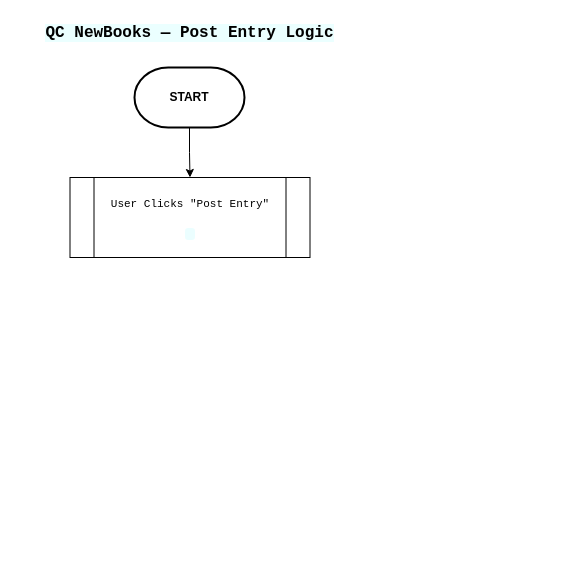
This is QC_NewBooks_Diagrams.drawio from Alishah-Khurshid/diagram-qc-new-books, a draw.io file, before an edit. Source tidied: cells renumbered, new cells numbered last; positions are measured from the earlier drawing's top-left corner, leaving out a move shared by most shapes. Both pictures are drawn from the tidied source at 100%, with x=0, y=0 at pixel (17, 17).
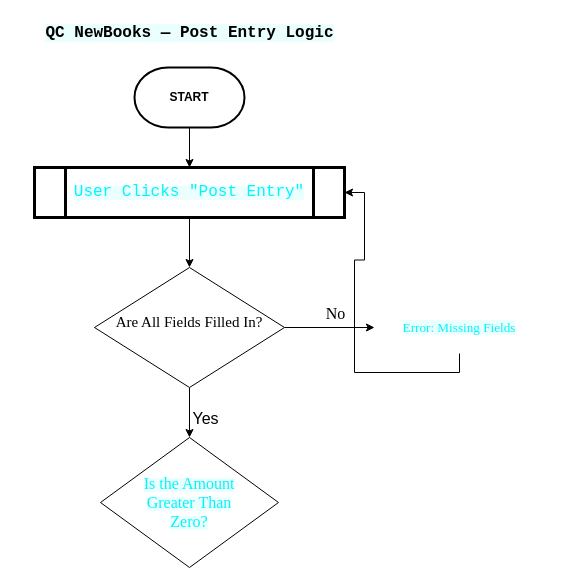
The same diagram, later.

Diff of the diagram source:
```diff
@@
 <mxGraphModel>
   <root>
     <mxCell id="0" />
     <mxCell id="1" parent="0" />
     <mxCell id="2" value="&lt;span style=&quot;font-family: &amp;quot;Share Tech Mono&amp;quot;, monospace; text-align: start; background-color: rgba(0, 245, 255, 0.08);&quot;&gt;&lt;b&gt;&lt;font style=&quot;color: light-dark(rgb(0, 0, 0), rgb(241, 156, 153));&quot;&gt;QC NewBooks — Post Entry Logic&lt;/font&gt;&lt;/b&gt;&lt;/span&gt;" style="text;html=1;whiteSpace=wrap;strokeColor=none;fillColor=none;align=center;verticalAlign=middle;rounded=0;fontColor=light-dark(#000000,#F19C99);fontSize=16;" parent="1" vertex="1">
       <mxGeometry width="345" height="30" as="geometry" />
     </mxCell>
     <mxCell id="3" style="edgeStyle=orthogonalEdgeStyle;rounded=0;jettySize=auto;html=1;entryX=0.5;entryY=0;entryDx=0;entryDy=0;" parent="1" edge="1" source="4" target="5">
       <mxGeometry relative="1" as="geometry" />
     </mxCell>
-    <mxCell id="4" value="&lt;b&gt;&lt;font style=&quot;color: light-dark(rgb(0, 0, 0), rgb(229, 204, 255));&quot;&gt;START&lt;/font&gt;&lt;/b&gt;" style="strokeWidth=2;html=1;shape=mxgraph.flowchart.terminator;whiteSpace=wrap;fillColor=light-dark(#FFFFFF,#B266FF);strokeColor=light-dark(#000000,#E5CCFF);" parent="1" vertex="1">
+    <mxCell id="4" value="&lt;b&gt;&lt;font style=&quot;color: light-dark(rgb(0, 0, 0), rgb(229, 204, 255));&quot;&gt;START&lt;/font&gt;&lt;/b&gt;" style="strokeWidth=2;html=1;shape=mxgraph.flowchart.terminator;whiteSpace=wrap;fillColor=light-dark(#FFFFFF,#B266FF);" parent="1" vertex="1">
       <mxGeometry x="117" y="50" width="110" height="60" as="geometry" />
     </mxCell>
+    <mxCell id="6" style="edgeStyle=orthogonalEdgeStyle;rounded=0;jettySize=auto;html=1;entryX=0.5;entryY=0;entryDx=0;entryDy=0;" parent="1" edge="1" source="5" target="11">
+      <mxGeometry relative="1" as="geometry" />
+    </mxCell>
-    <mxCell id="5" value="&lt;p style=&quot;box-sizing: border-box; margin: 0px 0px 0.7rem; padding: 0px; line-height: 1.6; max-width: 800px; font-family: Barlow, sans-serif;&quot;&gt;&lt;code style=&quot;background-image: initial; background-position: initial; background-size: initial; background-repeat: initial; background-attachment: initial; background-origin: initial; background-clip: initial; box-sizing: border-box; margin: 0px; padding: 0.05rem 0.3rem; font-family: &amp;quot;Share Tech Mono&amp;quot;, monospace; border-radius: 3px;&quot;&gt;&lt;font style=&quot;font-size: 11px; color: light-dark(rgb(0, 0, 0), rgb(166, 128, 184)); background-color: light-dark(#ffffff, var(--ge-dark-color, #121212));&quot;&gt;User Clicks &quot;Post Entry&quot;&lt;/font&gt;&lt;/code&gt;&lt;/p&gt;&lt;div&gt;&lt;code style=&quot;box-sizing: border-box; margin: 0px; padding: 0.05rem 0.3rem; font-family: &amp;quot;Share Tech Mono&amp;quot;, monospace; font-size: 0.85em; background: rgba(0, 245, 255, 0.08); border-radius: 3px; color: rgb(0, 245, 255);&quot;&gt;&lt;br&gt;&lt;/code&gt;&lt;/div&gt;" style="shape=process;whiteSpace=wrap;html=1;backgroundOutline=1;fillColor=light-dark(#FFFFFF,#99FFFF);strokeColor=light-dark(#000000,#808080);" parent="1" vertex="1">
-      <mxGeometry x="52.5" y="160" width="240" height="80" as="geometry" />
+    <mxCell id="5" value="&lt;span style=&quot;color: rgb(0, 245, 255); font-family: &amp;quot;Share Tech Mono&amp;quot;, monospace; text-align: start; background-color: light-dark(rgba(0, 245, 255, 0.08), rgb(255, 230, 204));&quot;&gt;&lt;font style=&quot;font-size: 16px;&quot;&gt;User Clicks &quot;Post Entry&quot;&lt;/font&gt;&lt;/span&gt;" style="shape=process;whiteSpace=wrap;html=1;backgroundOutline=1;fontColor=light-dark(#000000,#99FFFF);strokeColor=light-dark(#000000,#666666);fillColor=light-dark(#FFFFFF,#99FFFF);strokeWidth=3;" parent="1" vertex="1">
+      <mxGeometry x="17" y="150" width="310" height="50" as="geometry" />
     </mxCell>
+    <mxCell id="7" style="edgeStyle=orthogonalEdgeStyle;rounded=0;jettySize=auto;html=1;exitX=1;exitY=0.5;exitDx=0;exitDy=0;entryX=0;entryY=0.5;entryDx=0;entryDy=0;" parent="1" edge="1" source="11" target="13">
+      <mxGeometry relative="1" as="geometry" />
+    </mxCell>
+    <mxCell id="8" value="&lt;font style=&quot;color: light-dark(rgb(0, 0, 0), rgb(255, 255, 255)); background-color: light-dark(rgb(255, 255, 255), rgb(255, 153, 204));&quot;&gt;No&lt;/font&gt;" style="edgeLabel;html=1;align=center;verticalAlign=middle;fontSize=16;fontFamily=Times New Roman;" parent="7" vertex="1">
+      <mxGeometry x="0.36" y="-1" relative="1" as="geometry">
+        <mxPoint x="-11" y="-16" as="offset" />
+      </mxGeometry>
+    </mxCell>
+    <mxCell id="9" style="edgeStyle=orthogonalEdgeStyle;rounded=0;jettySize=auto;html=1;exitX=0.5;exitY=1;exitDx=0;exitDy=0;entryX=0.5;entryY=0;entryDx=0;entryDy=0;" parent="1" edge="1" source="11" target="15">
+      <mxGeometry relative="1" as="geometry" />
+    </mxCell>
+    <mxCell id="10" value="&lt;font style=&quot;color: light-dark(rgb(0, 0, 0), rgb(255, 255, 255)); background-color: light-dark(rgb(255, 255, 255), rgb(255, 153, 204)); font-size: 16px;&quot;&gt;Yes&lt;/font&gt;" style="edgeLabel;html=1;align=center;verticalAlign=middle;" parent="9" vertex="1">
+      <mxGeometry x="0.08" y="1" relative="1" as="geometry">
+        <mxPoint x="14" y="3" as="offset" />
+      </mxGeometry>
+    </mxCell>
+    <mxCell id="11" value="&lt;blockquote style=&quot;box-sizing: border-box; margin: 0px 0px 0.7rem; padding: 0px; line-height: 1.6; max-width: 800px; text-align: start;&quot;&gt;&lt;code style=&quot;background-image: initial; background-position: initial; background-size: initial; background-repeat: initial; background-attachment: initial; background-origin: initial; background-clip: initial; box-sizing: border-box; margin: 0px; padding: 0.05rem 0.3rem; border-radius: 3px;&quot;&gt;&lt;font face=&quot;Times New Roman&quot; style=&quot;color: light-dark(rgb(0, 0, 0), rgb(255, 204, 230)); background-color: light-dark(rgb(255, 255, 255), rgb(255, 102, 179)); font-size: 15px;&quot;&gt;Are All Fields Filled In?&lt;/font&gt;&lt;/code&gt;&lt;/blockquote&gt;" style="rhombus;whiteSpace=wrap;html=1;strokeColor=light-dark(#000000,#FF99FF);fillColor=light-dark(#FFFFFF,#FF9999);" parent="1" vertex="1">
+      <mxGeometry x="77" y="250" width="190" height="120" as="geometry" />
+    </mxCell>
+    <mxCell id="12" style="edgeStyle=orthogonalEdgeStyle;rounded=0;jettySize=auto;html=1;exitX=0.5;exitY=1;exitDx=0;exitDy=0;entryX=1;entryY=0.5;entryDx=0;entryDy=0;" parent="1" edge="1" source="13" target="5">
+      <mxGeometry relative="1" as="geometry" />
+    </mxCell>
+    <mxCell id="13" value="&lt;p&gt;&lt;span style=&quot;color: rgb(0, 245, 255); font-size: 13.192px; text-align: start; background-color: rgba(0, 245, 255, 0.08);&quot;&gt;&lt;font face=&quot;Times New Roman&quot;&gt;Error: Missing Fields&lt;/font&gt;&lt;/span&gt;&lt;/p&gt;" style="shape=process;whiteSpace=wrap;html=1;backgroundOutline=1;fillColor=light-dark(#FFFFFF,#FFFF99);strokeColor=light-dark(#FFFFFF,#FF99CC);dashed=1;strokeWidth=2;perimeterSpacing=0;" parent="1" vertex="1">
+      <mxGeometry x="357" y="285" width="170" height="50" as="geometry" />
+    </mxCell>
+    <mxCell id="14" style="edgeStyle=orthogonalEdgeStyle;rounded=0;orthogonalLoop=1;jettySize=auto;html=1;exitX=0.5;exitY=1;exitDx=0;exitDy=0;" parent="1" edge="1" source="11" target="11">
+      <mxGeometry relative="1" as="geometry" />
+    </mxCell>
+    <mxCell id="15" value="&lt;blockquote&gt;&lt;span style=&quot;color: rgb(0, 245, 255); text-align: start; background-color: light-dark(rgba(0, 245, 255, 0.08), rgb(153, 153, 255));&quot;&gt;&lt;font face=&quot;Times New Roman&quot; style=&quot;font-size: 16px;&quot;&gt;Is the Amount Greater Than Zero?&lt;/font&gt;&lt;/span&gt;&lt;/blockquote&gt;" style="rhombus;whiteSpace=wrap;html=1;fillColor=light-dark(#FFFFFF,#99FFCC);strokeColor=light-dark(#000000,#D5E8D4);" parent="1" vertex="1">
+      <mxGeometry x="83" y="420" width="178" height="130" as="geometry" />
+    </mxCell>
   </root>
 </mxGraphModel>
```
